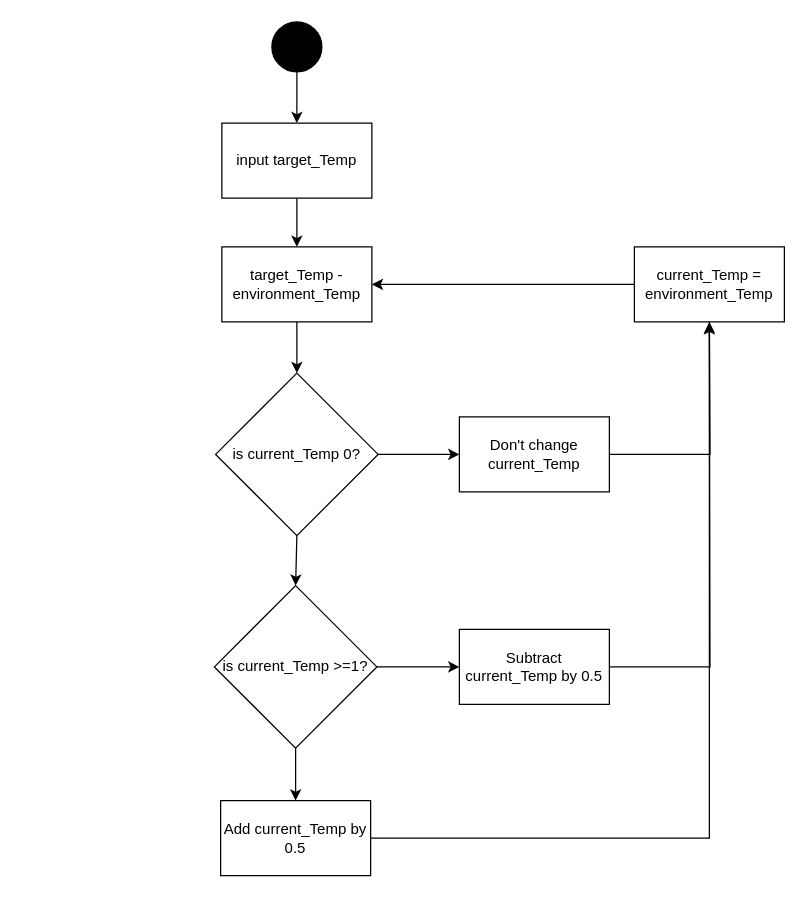
Earlier version of the draw.io diagram Thermal Control.drawio (MonaJea-Ng/Projects). Source tidied: cells renumbered, new cells numbered last; positions are measured from the earlier drawing's top-left corner, leaving out a move shared by most shapes. Both pictures are drawn from the tidied source at 125%, with x=0, y=0 at pixel (214, 21).
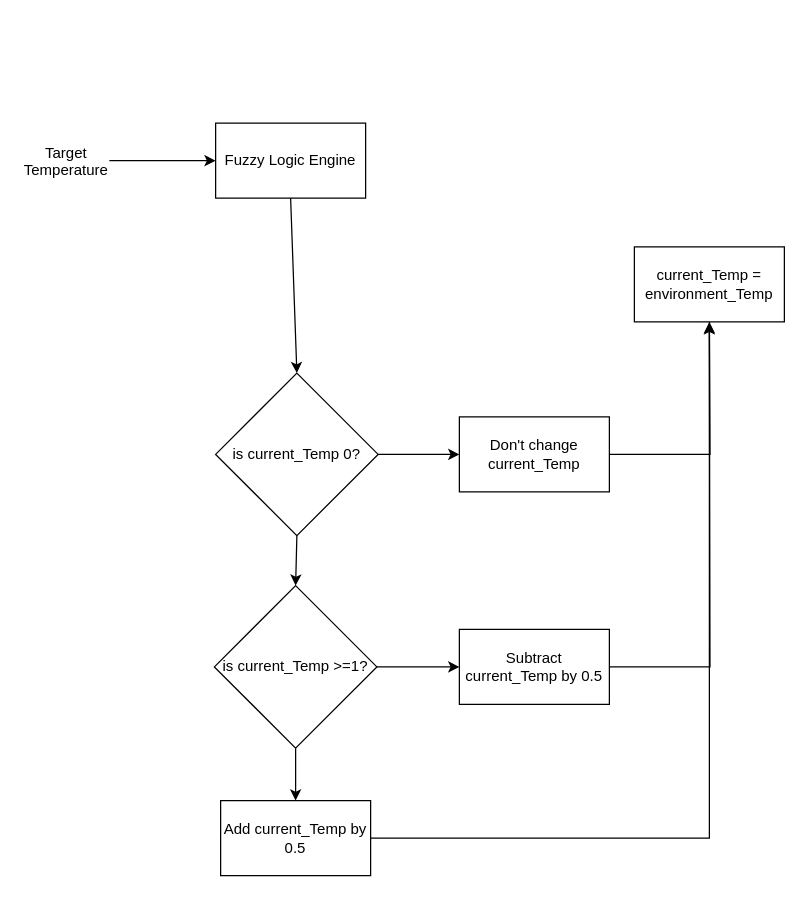
After the change.

The change refers to these unchanged cells:
```xml
<mxCell id="13" value="current_Temp = environment_Temp" style="rounded=0;whiteSpace=wrap;html=1;" parent="1" vertex="1">
  <mxGeometry x="336" y="180" width="120" height="60" as="geometry" />
</mxCell>
```

Change to the diagram source:
```diff
@@
-    <mxCell id="2" style="ellipse;whiteSpace=wrap;html=1;fillColor=#000000;" parent="1" vertex="1">
-      <mxGeometry x="46" width="40" height="40" as="geometry" />
-    </mxCell>
@@
-    <mxCell id="4" value="input target_Temp" style="rounded=0;whiteSpace=wrap;html=1;" parent="1" vertex="1">
-      <mxGeometry x="6" y="81" width="120" height="60" as="geometry" />
-    </mxCell>
-    <mxCell id="5" value="target_Temp - environment_Temp" style="rounded=0;whiteSpace=wrap;html=1;" parent="1" vertex="1">
-      <mxGeometry x="6" y="180" width="120" height="60" as="geometry" />
+    <mxCell id="5" value="Fuzzy Logic Engine" style="rounded=0;whiteSpace=wrap;html=1;" parent="1" vertex="1">
+      <mxGeometry x="1" y="81" width="120" height="60" as="geometry" />
     </mxCell>
@@
-    <mxCell id="14" style="endArrow=classic;html=1;rounded=0;exitX=0.5;exitY=1;exitDx=0;exitDy=0;entryX=0.5;entryY=0;entryDx=0;entryDy=0;" parent="1" edge="1" source="2" target="4">
-      <mxGeometry relative="1" as="geometry" />
+    <mxCell id="14" style="endArrow=classic;html=1;rounded=0;entryX=0;entryY=0.5;entryDx=0;entryDy=0;" parent="1" edge="1" target="5">
+      <mxGeometry relative="1" as="geometry">
+        <mxPoint x="-84" y="111" as="sourcePoint" />
+      </mxGeometry>
     </mxCell>
-    <mxCell id="15" style="endArrow=classic;html=1;rounded=0;exitX=0.5;exitY=1;exitDx=0;exitDy=0;entryX=0.5;entryY=0;entryDx=0;entryDy=0;" parent="1" edge="1" source="4" target="5">
-      <mxGeometry relative="1" as="geometry" />
-    </mxCell>
@@
-    <mxCell id="21" style="endArrow=classic;html=1;rounded=0;entryX=1;entryY=0.5;entryDx=0;entryDy=0;exitX=0;exitY=0.5;exitDx=0;exitDy=0;" parent="1" edge="1" source="13" target="5">
-      <mxGeometry relative="1" as="geometry" />
-    </mxCell>
+    <mxCell id="22" value="&lt;div style=&quot;text-align: center;&quot;&gt;&lt;span style=&quot;background-color: initial;&quot;&gt;Target Temperature&lt;/span&gt;&lt;/div&gt;" style="text;whiteSpace=wrap;html=1;" parent="1" vertex="1">
+      <mxGeometry x="-154" y="91" width="60" height="40" as="geometry" />
+    </mxCell>
```
